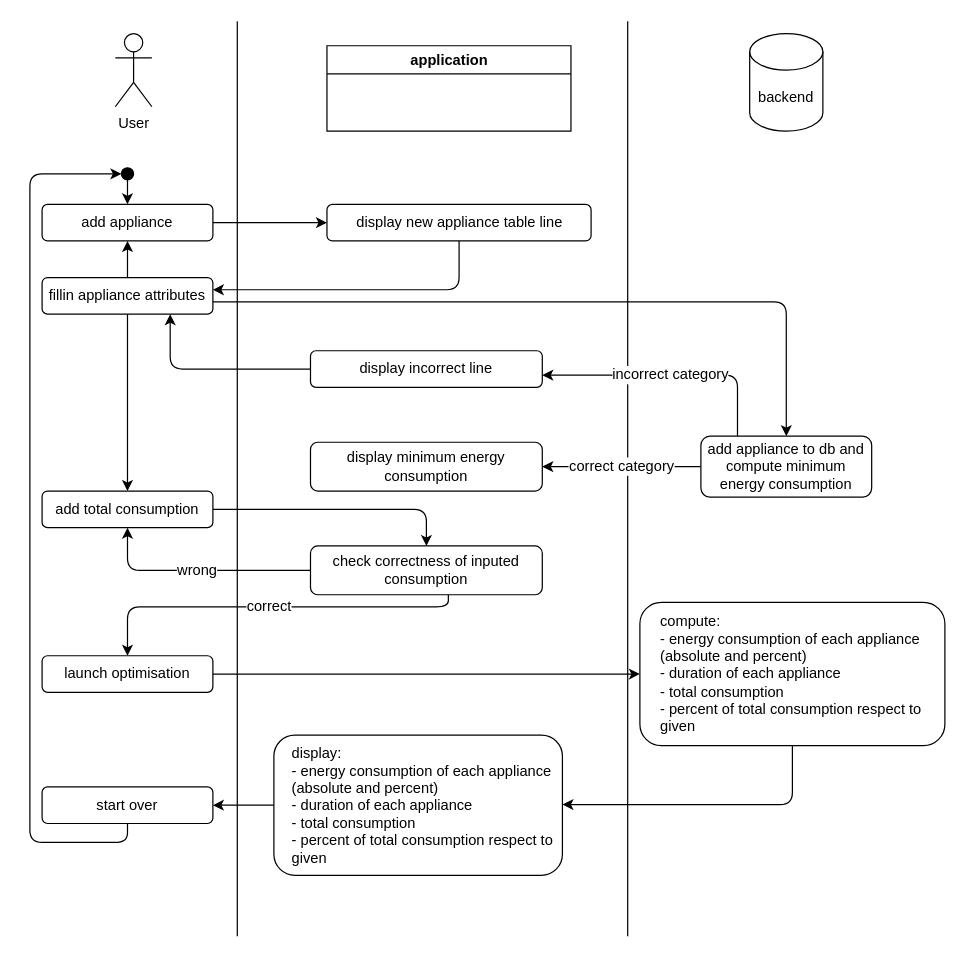
Above: page "usecases" (1 of 3) of docs/solution_design.drawio in victorduthoit/wattsup (draw.io), before the change. Source tidied: cells renumbered, new cells numbered last; positions are measured from the earlier drawing's top-left corner, leaving out a move shared by most shapes. Both pictures are drawn from the tidied source at 122%, with x=0, y=0 at pixel (29, 21).
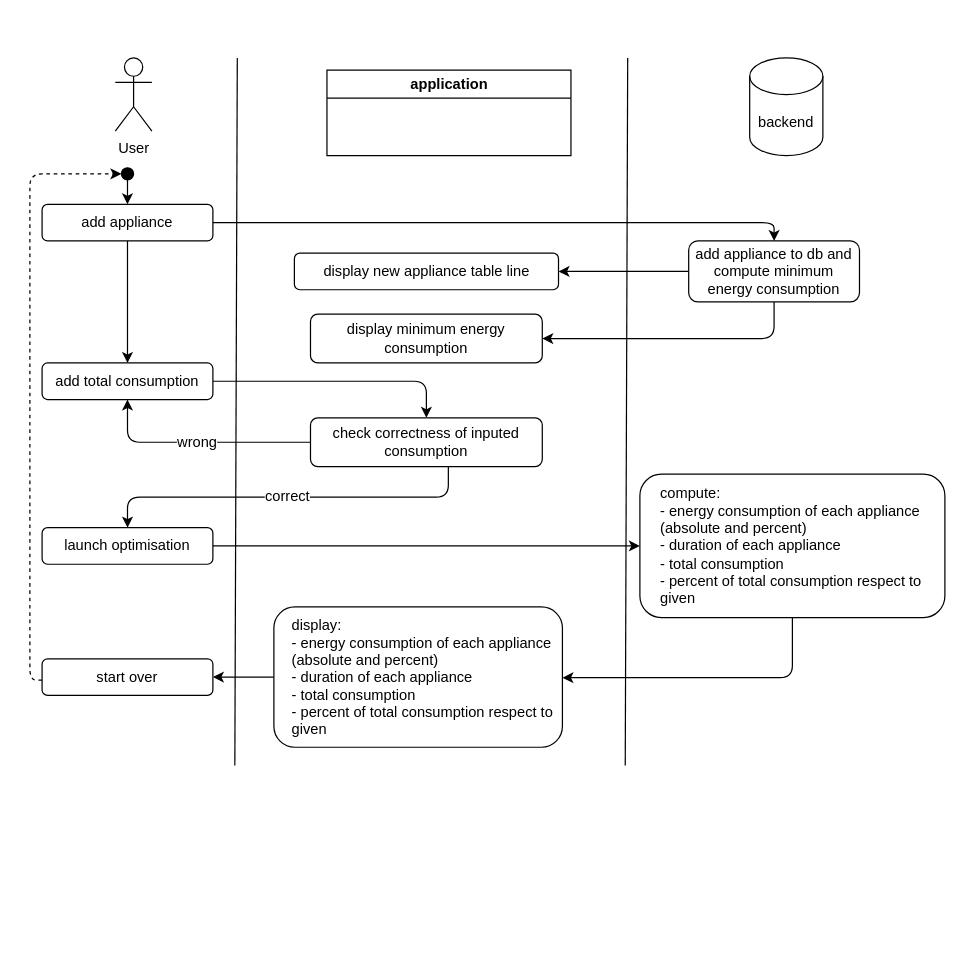
The same page after the edit.

Unchanged cells that the change refers to:
```xml
<mxCell id="8" style="ellipse;whiteSpace=wrap;html=1;gradientColor=none;fillColor=#000000;" parent="1" vertex="1">
  <mxGeometry x="75" y="120" width="10" height="10" as="geometry" />
</mxCell>
<mxCell id="10" value="add appliance" style="rounded=1;whiteSpace=wrap;html=1;" parent="1" vertex="1">
  <mxGeometry x="10" y="150" width="140" height="30" as="geometry" />
</mxCell>
```

Diff of the diagram source:
```diff
@@
     <mxCell id="2" value="User" style="shape=umlActor;html=1;verticalLabelPosition=bottom;verticalAlign=top;align=center;" parent="1" vertex="1">
-      <mxGeometry x="70" y="10" width="30" height="60" as="geometry" />
+      <mxGeometry x="70" y="30" width="30" height="60" as="geometry" />
     </mxCell>
     <mxCell id="3" value="backend" style="shape=cylinder3;whiteSpace=wrap;html=1;boundedLbl=1;backgroundOutline=1;size=15;" parent="1" vertex="1">
-      <mxGeometry x="590" y="10" width="60" height="80" as="geometry" />
+      <mxGeometry x="590" y="30" width="60" height="80" as="geometry" />
     </mxCell>
     <mxCell id="4" value="application" style="swimlane;whiteSpace=wrap;html=1;" parent="1" vertex="1">
-      <mxGeometry x="243.5" y="20" width="200" height="70" as="geometry" />
+      <mxGeometry x="243.5" y="40" width="200" height="70" as="geometry" />
     </mxCell>
     <mxCell id="5" style="endArrow=none;html=1;" parent="1" edge="1">
       <mxGeometry relative="1" as="geometry">
-        <mxPoint x="170" y="750" as="sourcePoint" />
-        <mxPoint x="170" as="targetPoint" />
+        <mxPoint x="168" y="610" as="sourcePoint" />
+        <mxPoint x="170" y="30" as="targetPoint" />
       </mxGeometry>
     </mxCell>
     <mxCell id="6" style="endArrow=none;html=1;" parent="1" edge="1">
       <mxGeometry relative="1" as="geometry">
-        <mxPoint x="490" y="750" as="sourcePoint" />
-        <mxPoint x="490" as="targetPoint" />
+        <mxPoint x="488" y="610" as="sourcePoint" />
+        <mxPoint x="490" y="30" as="targetPoint" />
       </mxGeometry>
     </mxCell>
@@
-    <mxCell id="9" style="edgeStyle=orthogonalEdgeStyle;html=1;entryX=0;entryY=0.5;entryDx=0;entryDy=0;fontFamily=Helvetica;fontSize=12;fontColor=default;" parent="1" edge="1" source="10" target="12">
-      <mxGeometry relative="1" as="geometry" />
+    <mxCell id="9" style="edgeStyle=orthogonalEdgeStyle;html=1;fontFamily=Helvetica;fontSize=12;fontColor=default;" parent="1" edge="1" source="10" target="26">
+      <mxGeometry relative="1" as="geometry">
+        <Array as="points">
+          <mxPoint x="610" y="165" />
+        </Array>
+      </mxGeometry>
     </mxCell>
@@
-    <mxCell id="11" style="edgeStyle=orthogonalEdgeStyle;html=1;fontFamily=Helvetica;fontSize=12;fontColor=default;" parent="1" edge="1" source="12" target="16">
-      <mxGeometry relative="1" as="geometry">
-        <Array as="points">
-          <mxPoint x="352" y="220" />
-        </Array>
-      </mxGeometry>
-    </mxCell>
     <mxCell id="12" value="display new appliance table line" style="rounded=1;whiteSpace=wrap;html=1;" parent="1" vertex="1">
-      <mxGeometry x="243.5" y="150" width="216.5" height="30" as="geometry" />
+      <mxGeometry x="216.8" y="190" width="216.5" height="30" as="geometry" />
     </mxCell>
-    <mxCell id="13" style="edgeStyle=orthogonalEdgeStyle;html=1;fontFamily=Helvetica;fontSize=12;fontColor=default;" parent="1" edge="1" source="16" target="10">
-      <mxGeometry relative="1" as="geometry" />
-    </mxCell>
-    <mxCell id="14" style="edgeStyle=orthogonalEdgeStyle;html=1;fontFamily=Helvetica;fontSize=12;fontColor=default;" parent="1" edge="1" source="16" target="18">
+    <mxCell id="14" style="edgeStyle=orthogonalEdgeStyle;html=1;fontFamily=Helvetica;fontSize=12;fontColor=default;" parent="1" edge="1" source="10" target="18">
       <mxGeometry relative="1" as="geometry" />
     </mxCell>
-    <mxCell id="15" style="edgeStyle=orthogonalEdgeStyle;html=1;fontFamily=Helvetica;fontSize=12;fontColor=default;" parent="1" edge="1" source="16" target="26">
-      <mxGeometry relative="1" as="geometry">
-        <Array as="points">
-          <mxPoint x="620" y="230" />
-        </Array>
-      </mxGeometry>
-    </mxCell>
-    <mxCell id="16" value="fillin appliance attributes" style="rounded=1;whiteSpace=wrap;html=1;" parent="1" vertex="1">
-      <mxGeometry x="10" y="210" width="140" height="30" as="geometry" />
-    </mxCell>
@@
     <mxCell id="18" value="add total consumption" style="rounded=1;whiteSpace=wrap;html=1;" parent="1" vertex="1">
-      <mxGeometry x="10" y="385" width="140" height="30" as="geometry" />
+      <mxGeometry x="10" y="280" width="140" height="30" as="geometry" />
     </mxCell>
@@
     <mxCell id="20" value="correct" style="edgeStyle=orthogonalEdgeStyle;html=1;entryX=0.5;entryY=0;entryDx=0;entryDy=0;fontFamily=Helvetica;fontSize=12;fontColor=default;" parent="1" edge="1" source="21" target="23">
       <mxGeometry relative="1" as="geometry">
         <Array as="points">
-          <mxPoint x="343" y="480" />
-          <mxPoint x="80" y="480" />
+          <mxPoint x="343" y="390" />
+          <mxPoint x="80" y="390" />
         </Array>
       </mxGeometry>
     </mxCell>
     <mxCell id="21" value="check correctness of inputed consumption" style="rounded=1;whiteSpace=wrap;html=1;" parent="1" vertex="1">
-      <mxGeometry x="230" y="430" width="190" height="40" as="geometry" />
+      <mxGeometry x="230" y="325" width="190" height="40" as="geometry" />
     </mxCell>
@@
     <mxCell id="23" value="launch optimisation" style="rounded=1;whiteSpace=wrap;html=1;" parent="1" vertex="1">
-      <mxGeometry x="10" y="520" width="140" height="30" as="geometry" />
+      <mxGeometry x="10" y="415" width="140" height="30" as="geometry" />
     </mxCell>
-    <mxCell id="24" value="correct category" style="edgeStyle=orthogonalEdgeStyle;html=1;fontFamily=Helvetica;fontSize=12;fontColor=default;" parent="1" edge="1" source="26" target="27">
-      <mxGeometry relative="1" as="geometry" />
+    <mxCell id="24" style="edgeStyle=orthogonalEdgeStyle;html=1;fontFamily=Helvetica;fontSize=12;fontColor=default;" parent="1" edge="1" source="26" target="27">
+      <mxGeometry relative="1" as="geometry">
+        <Array as="points">
+          <mxPoint x="610" y="260" />
+        </Array>
+      </mxGeometry>
     </mxCell>
-    <mxCell id="25" value="incorrect category" style="edgeStyle=orthogonalEdgeStyle;html=1;fontFamily=Helvetica;fontSize=12;fontColor=default;" parent="1" edge="1" source="26" target="33">
-      <mxGeometry relative="1" as="geometry">
-        <Array as="points">
-          <mxPoint x="580" y="290" />
-        </Array>
-      </mxGeometry>
-    </mxCell>
+    <mxCell id="36" style="edgeStyle=orthogonalEdgeStyle;html=1;" parent="1" edge="1" source="26" target="12">
+      <mxGeometry relative="1" as="geometry" />
+    </mxCell>
     <mxCell id="26" value="add appliance to db and compute minimum energy consumption" style="rounded=1;whiteSpace=wrap;html=1;" parent="1" vertex="1">
-      <mxGeometry x="550" y="340" width="140" height="50" as="geometry" />
+      <mxGeometry x="540" y="180" width="140" height="50" as="geometry" />
     </mxCell>
     <mxCell id="27" value="display minimum energy consumption" style="rounded=1;whiteSpace=wrap;html=1;" parent="1" vertex="1">
-      <mxGeometry x="230" y="345" width="190" height="40" as="geometry" />
+      <mxGeometry x="230" y="240" width="190" height="40" as="geometry" />
     </mxCell>
     <mxCell id="28" style="edgeStyle=orthogonalEdgeStyle;html=1;fontFamily=Helvetica;fontSize=12;fontColor=default;" parent="1" edge="1" source="29" target="31">
       <mxGeometry relative="1" as="geometry">
         <Array as="points">
-          <mxPoint x="625" y="642" />
+          <mxPoint x="625" y="538" />
         </Array>
       </mxGeometry>
     </mxCell>
     <mxCell id="29" value="compute:&lt;br&gt;- energy consumption of each appliance (absolute and percent)&lt;br&gt;- duration of each appliance&lt;br&gt;- total consumption&lt;br&gt;- percent of total consumption respect to given" style="rounded=1;whiteSpace=wrap;html=1;align=left;spacingLeft=15;" parent="1" vertex="1">
-      <mxGeometry x="500" y="476.2" width="250" height="117.5" as="geometry" />
+      <mxGeometry x="500" y="371.2" width="250" height="117.5" as="geometry" />
     </mxCell>
@@
     <mxCell id="31" value="display:&lt;br&gt;&lt;span style=&quot;&quot;&gt;- energy consumption of each appliance (absolute and percent)&lt;/span&gt;&lt;br style=&quot;border-color: var(--border-color);&quot;&gt;&lt;span style=&quot;&quot;&gt;- duration of each appliance&lt;/span&gt;&lt;br style=&quot;border-color: var(--border-color);&quot;&gt;&lt;span style=&quot;&quot;&gt;- total consumption&lt;/span&gt;&lt;br style=&quot;border-color: var(--border-color);&quot;&gt;&lt;span style=&quot;&quot;&gt;- percent of total consumption respect to given&lt;/span&gt;" style="rounded=1;whiteSpace=wrap;html=1;align=left;spacingLeft=13;" parent="1" vertex="1">
-      <mxGeometry x="200" y="585" width="236.5" height="115" as="geometry" />
+      <mxGeometry x="200" y="480" width="236.5" height="115" as="geometry" />
     </mxCell>
-    <mxCell id="32" style="edgeStyle=orthogonalEdgeStyle;html=1;entryX=0.75;entryY=1;entryDx=0;entryDy=0;fontFamily=Helvetica;fontSize=12;fontColor=default;" parent="1" edge="1" source="33" target="16">
-      <mxGeometry relative="1" as="geometry" />
-    </mxCell>
-    <mxCell id="33" value="display incorrect line" style="rounded=1;whiteSpace=wrap;html=1;" parent="1" vertex="1">
-      <mxGeometry x="230" y="270" width="190" height="30" as="geometry" />
-    </mxCell>
-    <mxCell id="34" style="edgeStyle=orthogonalEdgeStyle;html=1;entryX=0;entryY=0.5;entryDx=0;entryDy=0;fontFamily=Helvetica;fontSize=12;fontColor=default;" parent="1" edge="1" source="35" target="8">
+    <mxCell id="34" style="edgeStyle=orthogonalEdgeStyle;html=1;entryX=0;entryY=0.5;entryDx=0;entryDy=0;fontFamily=Helvetica;fontSize=12;fontColor=default;dashed=1;" parent="1" edge="1" source="35" target="8">
       <mxGeometry relative="1" as="geometry">
         <Array as="points">
-          <mxPoint y="673" />
+          <mxPoint y="540" />
           <mxPoint y="125" />
         </Array>
       </mxGeometry>
     </mxCell>
     <mxCell id="35" value="start over" style="rounded=1;whiteSpace=wrap;html=1;" parent="1" vertex="1">
-      <mxGeometry x="10" y="627.5" width="140" height="30" as="geometry" />
+      <mxGeometry x="10" y="522.5" width="140" height="30" as="geometry" />
     </mxCell>
```
